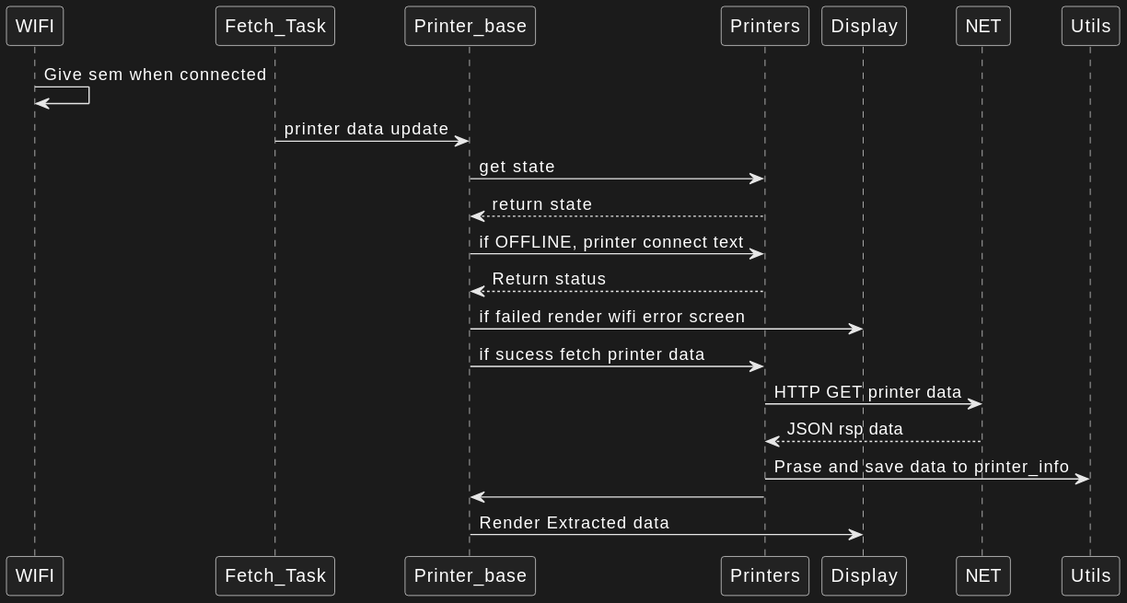
MadRajib/DWIN_ESP32 keeps this PlantUML diagram as docs/esp32_dwin_wifi_connect_fetch_seq_diagram.svg. Above is the earlier version.
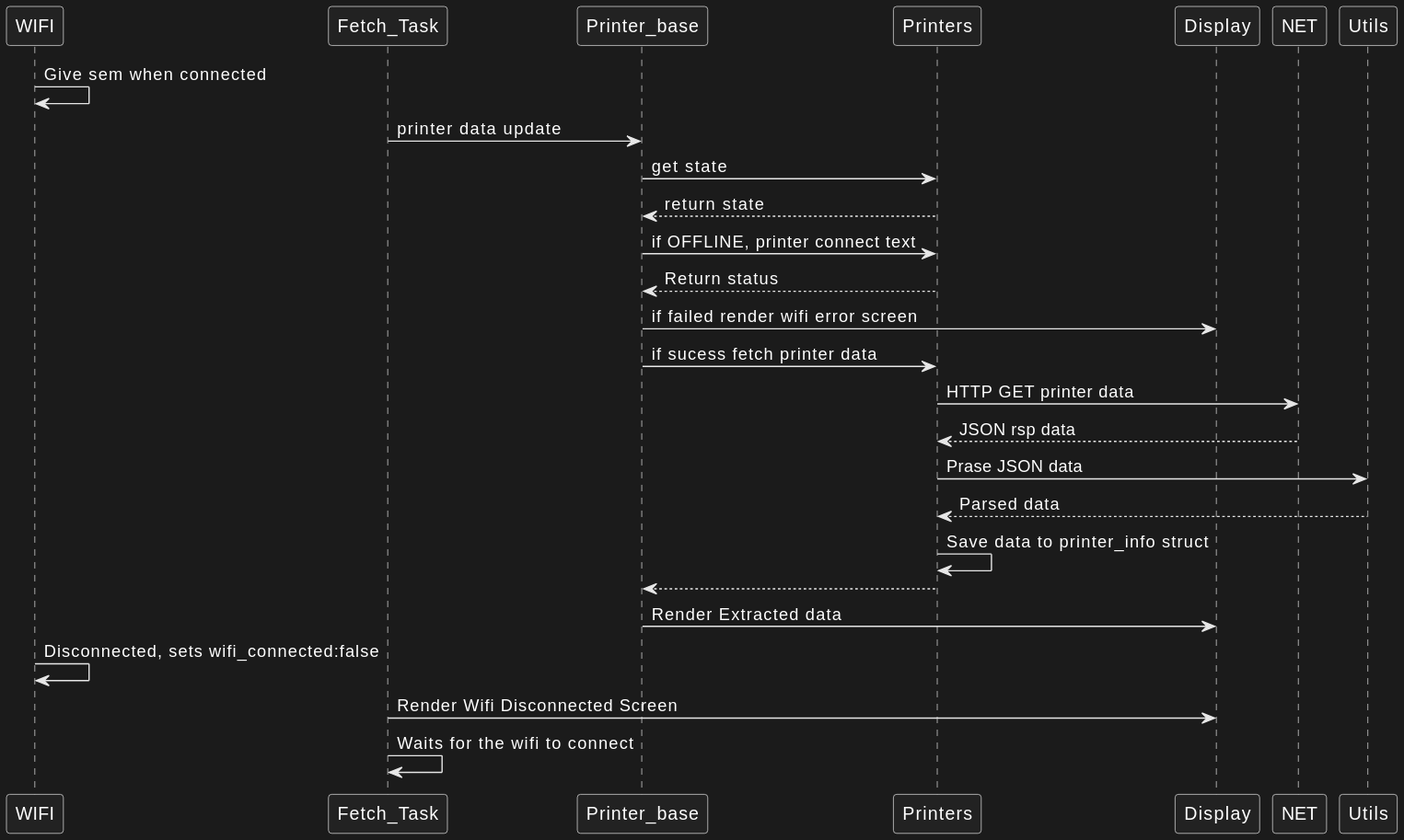
Above is the later version.

Commit message:
Update wifi fetch seq diag-ram

What changed in the source:
```diff
@@ -9,7 +9,14 @@
 Printer_base -> Printers: if sucess fetch printer data
 Printers -> NET: HTTP GET printer data
 NET --> Printers: JSON rsp data
-Printers -> Utils: Prase and save data to printer_info
-Printers -> Printer_base
+
+Printers -> Utils: Prase JSON data
+Utils --> Printers: Parsed data
+Printers -> Printers: Save data to printer_info struct
+Printers --> Printer_base
 Printer_base -> Display: Render Extracted data
+
+WIFI -> WIFI: Disconnected, sets wifi_connected:false
+Fetch_Task -> Display: Render Wifi Disconnected Screen
+Fetch_Task -> Fetch_Task: Waits for the wifi to connect
 @enduml
```
